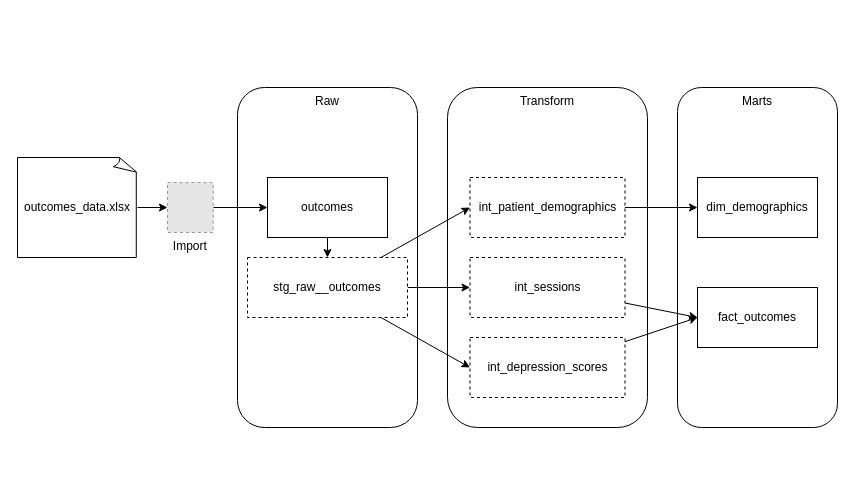
njkroes1/Lab keeps this draw.io diagram as page "Overview" (1 of 2) of docs/diagram.drawio. Above is the earlier version. Source tidied: cells renumbered, new cells numbered last; positions are measured from the earlier drawing's top-left corner, leaving out a move shared by most shapes. Both pictures are drawn from the tidied source at 100%, with x=0, y=0 at pixel (17, 87). Pictures stored in the file or linked from it are replaced by grey dashed boxes.
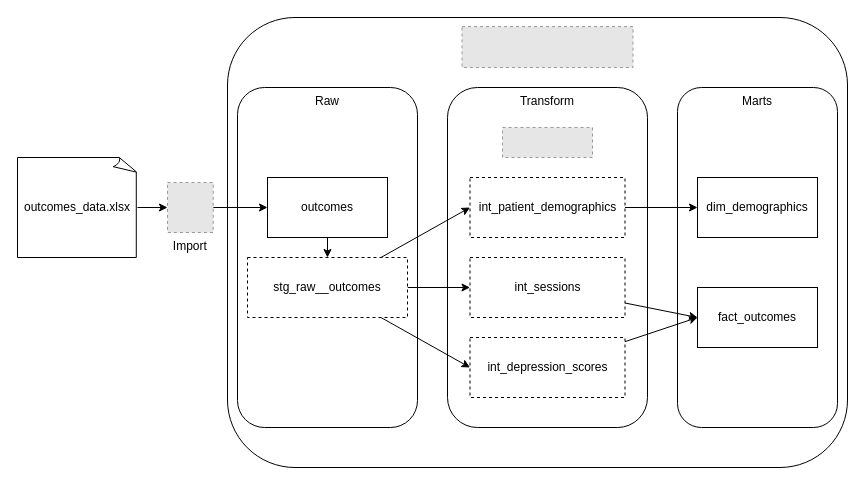
Above is the later version.

Diff of the diagram source:
```diff
@@
+    <mxCell id="23" style="rounded=1;whiteSpace=wrap;html=1;labelBackgroundColor=none;" parent="1" vertex="1">
+      <mxGeometry x="210" y="-70" width="620" height="450" as="geometry" />
+    </mxCell>
@@
+    <mxCell id="24" style="fillColor=#E6E6E6;strokeColor=#999999;dashed=1;verticalLabelPosition=bottom;labelBackgroundColor=#ffffff;verticalAlign=top;" parent="1" vertex="1">
+      <mxGeometry x="485" y="40" width="90" height="30" as="geometry" />
+    </mxCell>
+    <mxCell id="25" style="fillColor=#E6E6E6;strokeColor=#999999;dashed=1;verticalLabelPosition=bottom;labelBackgroundColor=#ffffff;verticalAlign=top;" parent="1" vertex="1">
+      <mxGeometry x="444.5" y="-60.9" width="171" height="40.9" as="geometry" />
+    </mxCell>
```
